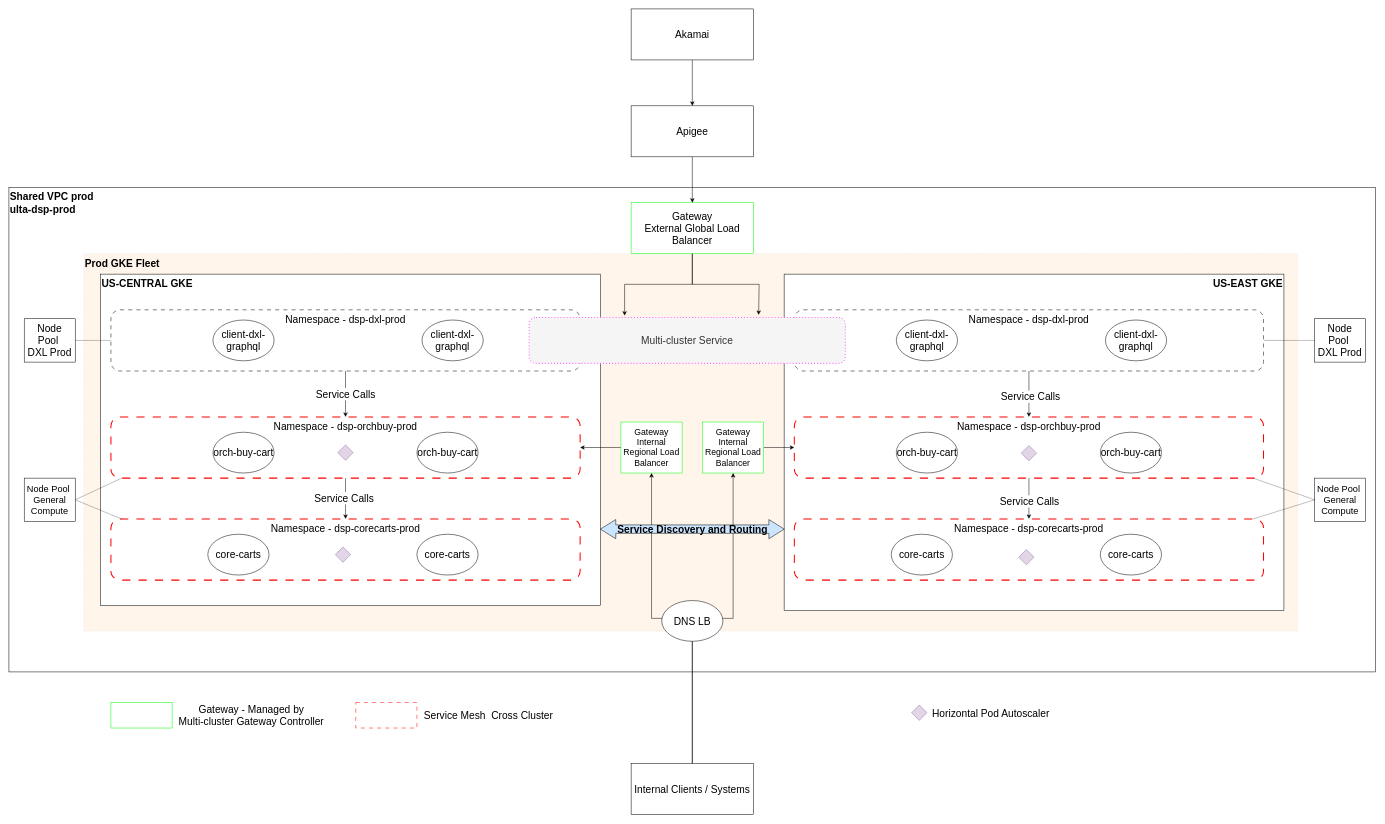
Earlier version of the draw.io diagram page "multi-region" (1 of 4) of images/dstof.drawio (bpayt2/temp). Source tidied: cells renumbered, new cells numbered last; positions are measured from the earlier drawing's top-left corner, leaving out a move shared by most shapes. Both pictures are drawn from the tidied source at 51%, with x=0, y=0 at pixel (9, 9).
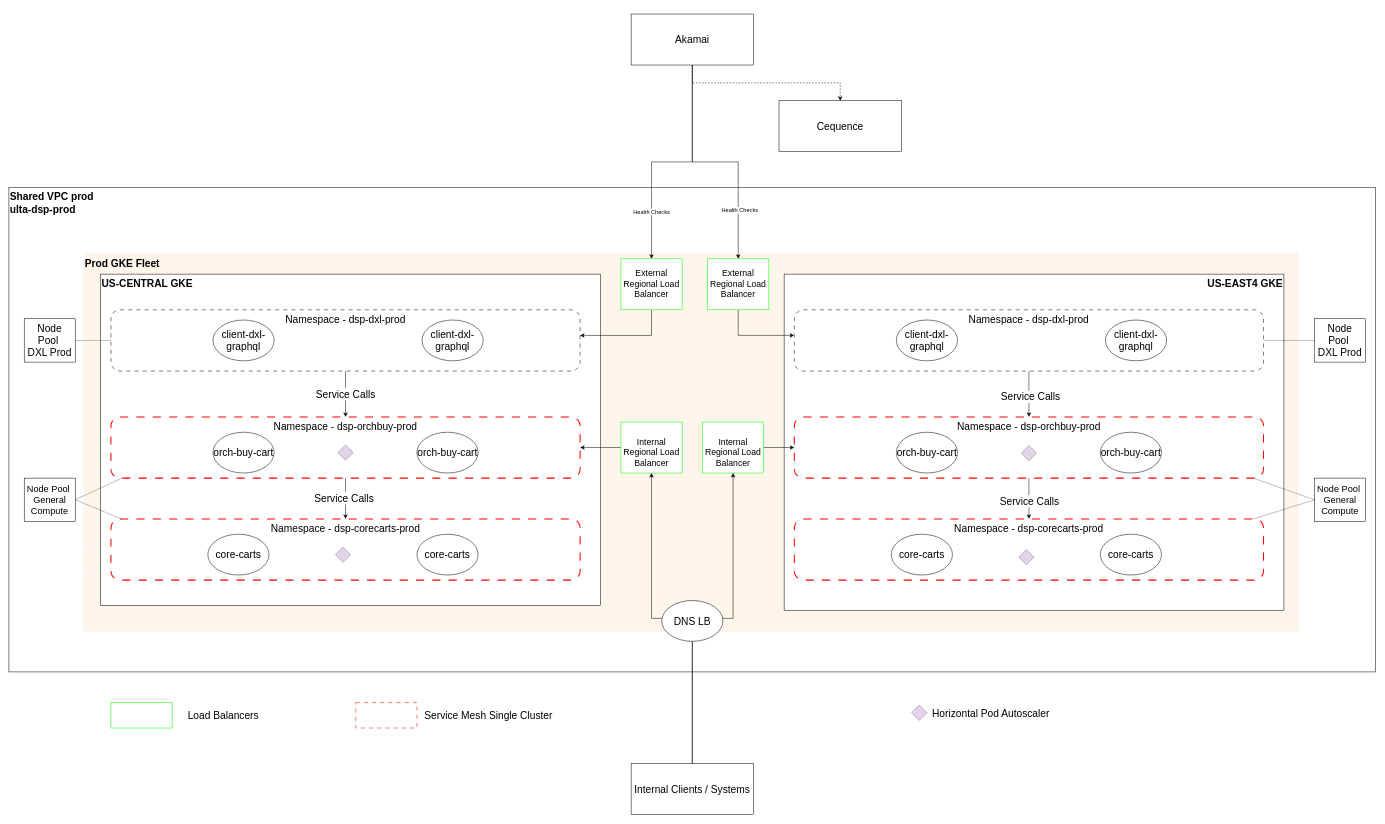
The same diagram, later.

Unchanged cells that the change refers to:
```xml
<mxCell id="4" value="&lt;b style=&quot;font-size: 20px;&quot;&gt;US-CENTRAL GKE&lt;/b&gt;" style="rounded=0;whiteSpace=wrap;html=1;verticalAlign=top;align=left;fontSize=20;" parent="1" vertex="1">
  <mxGeometry x="180" y="520" width="980" height="650" as="geometry" />
</mxCell>
```

Change to the diagram source:
```diff
@@
-    <mxCell id="18" value="&lt;b style=&quot;font-size: 20px;&quot;&gt;US-EAST GKE&lt;/b&gt;" style="rounded=0;whiteSpace=wrap;html=1;verticalAlign=top;align=right;fontSize=20;" parent="1" vertex="1">
+    <mxCell id="18" value="&lt;b style=&quot;font-size: 20px;&quot;&gt;US-EAST4 GKE&lt;/b&gt;" style="rounded=0;whiteSpace=wrap;html=1;verticalAlign=top;align=right;fontSize=20;" parent="1" vertex="1">
       <mxGeometry x="1520" y="520" width="980" height="660" as="geometry" />
     </mxCell>
@@
-    <mxCell id="32" value="Gateway&lt;br style=&quot;font-size: 20px;&quot;&gt;External Global Load Balancer" style="rounded=0;whiteSpace=wrap;html=1;strokeColor=#00FF00;fontSize=20;" parent="1" vertex="1">
-      <mxGeometry x="1220" y="380" width="240" height="100" as="geometry" />
-    </mxCell>
@@
-    <mxCell id="34" value="Gateway&lt;br style=&quot;font-size: 17px;&quot;&gt;Internal Regional Load Balancer" style="rounded=0;whiteSpace=wrap;html=1;strokeColor=#00FF00;fontSize=17;" parent="1" vertex="1">
+    <mxCell id="34" value="&lt;br style=&quot;font-size: 17px;&quot;&gt;Internal Regional Load Balancer" style="rounded=0;whiteSpace=wrap;html=1;strokeColor=#00FF00;fontSize=17;verticalAlign=middle;" parent="1" vertex="1">
       <mxGeometry x="1200" y="810" width="120" height="100" as="geometry" />
     </mxCell>
@@
-    <mxCell id="36" value="Gateway&lt;br style=&quot;font-size: 17px;&quot;&gt;Internal Regional Load Balancer" style="rounded=0;whiteSpace=wrap;html=1;strokeColor=#00FF00;fontSize=17;" parent="1" vertex="1">
+    <mxCell id="36" value="&lt;br style=&quot;font-size: 17px;&quot;&gt;Internal Regional Load Balancer" style="rounded=0;whiteSpace=wrap;html=1;strokeColor=#00FF00;fontSize=17;verticalAlign=middle;" parent="1" vertex="1">
       <mxGeometry x="1360" y="810" width="120" height="100" as="geometry" />
     </mxCell>
-    <mxCell id="37" style="edgeStyle=orthogonalEdgeStyle;rounded=0;jettySize=auto;html=1;exitX=0.5;exitY=1;exitDx=0;exitDy=0;entryX=0.5;entryY=0;entryDx=0;entryDy=0;fontSize=20;" parent="1" edge="1" source="38" target="32">
-      <mxGeometry relative="1" as="geometry" />
-    </mxCell>
-    <mxCell id="38" value="Apigee" style="rounded=0;whiteSpace=wrap;html=1;fontSize=20;" parent="1" vertex="1">
-      <mxGeometry x="1220" y="190" width="240" height="100" as="geometry" />
+    <mxCell id="38" value="Cequence" style="rounded=0;whiteSpace=wrap;html=1;fontSize=20;" parent="1" vertex="1">
+      <mxGeometry x="1510" y="180" width="240" height="100" as="geometry" />
     </mxCell>
-    <mxCell id="39" style="edgeStyle=orthogonalEdgeStyle;rounded=0;jettySize=auto;html=1;exitX=0.5;exitY=1;exitDx=0;exitDy=0;entryX=0.5;entryY=0;entryDx=0;entryDy=0;fontSize=20;" parent="1" edge="1" source="40" target="38">
+    <mxCell id="39" style="edgeStyle=orthogonalEdgeStyle;rounded=0;jettySize=auto;html=1;exitX=0.5;exitY=1;exitDx=0;exitDy=0;entryX=0.5;entryY=0;entryDx=0;entryDy=0;fontSize=20;dashed=1;" parent="1" edge="1" source="40" target="38">
       <mxGeometry relative="1" as="geometry" />
     </mxCell>
+    <mxCell id="70" style="edgeStyle=orthogonalEdgeStyle;rounded=0;jettySize=auto;html=1;exitX=0.5;exitY=1;exitDx=0;exitDy=0;entryX=0.5;entryY=0;entryDx=0;entryDy=0;" parent="1" edge="1" source="40" target="74">
+      <mxGeometry relative="1" as="geometry" />
+    </mxCell>
+    <mxCell id="71" value="Health Checks" style="edgeLabel;html=1;align=center;verticalAlign=middle;" parent="70" vertex="1">
+      <mxGeometry x="0.6" y="-1" relative="1" as="geometry">
+        <mxPoint y="-1" as="offset" />
+      </mxGeometry>
+    </mxCell>
+    <mxCell id="72" style="edgeStyle=orthogonalEdgeStyle;rounded=0;jettySize=auto;html=1;exitX=0.5;exitY=1;exitDx=0;exitDy=0;entryX=0.5;entryY=0;entryDx=0;entryDy=0;" parent="1" edge="1" source="40" target="75">
+      <mxGeometry relative="1" as="geometry" />
+    </mxCell>
+    <mxCell id="73" value="Health Checks" style="edgeLabel;html=1;align=center;verticalAlign=middle;" parent="72" vertex="1">
+      <mxGeometry x="0.59" y="2" relative="1" as="geometry" />
+    </mxCell>
     <mxCell id="40" value="Akamai" style="rounded=0;whiteSpace=wrap;html=1;fontSize=20;" parent="1" vertex="1">
-      <mxGeometry x="1220" width="240" height="100" as="geometry" />
+      <mxGeometry x="1220" y="10" width="240" height="100" as="geometry" />
     </mxCell>
-    <mxCell id="41" value="Multi-cluster Service" style="rounded=1;whiteSpace=wrap;html=1;fillColor=#f5f5f5;strokeColor=#FF66FF;dashed=1;dashPattern=1 2;fontColor=#333333;strokeWidth=2;fontSize=20;" parent="1" vertex="1">
-      <mxGeometry x="1020" y="605" width="620" height="90" as="geometry" />
-    </mxCell>
-    <mxCell id="42" style="edgeStyle=orthogonalEdgeStyle;rounded=0;jettySize=auto;html=1;exitX=0.5;exitY=1;exitDx=0;exitDy=0;entryX=0.302;entryY=-0.039;entryDx=0;entryDy=0;entryPerimeter=0;fontSize=20;" parent="1" edge="1" source="32" target="41">
-      <mxGeometry relative="1" as="geometry">
-        <Array as="points">
-          <mxPoint x="1340" y="540" />
-          <mxPoint x="1207" y="540" />
-        </Array>
-      </mxGeometry>
-    </mxCell>
-    <mxCell id="43" style="edgeStyle=orthogonalEdgeStyle;rounded=0;jettySize=auto;html=1;exitX=0.5;exitY=1;exitDx=0;exitDy=0;fontSize=20;" parent="1" edge="1" source="32">
-      <mxGeometry relative="1" as="geometry">
-        <mxPoint x="1470" y="600" as="targetPoint" />
-        <Array as="points">
-          <mxPoint x="1340" y="540" />
-          <mxPoint x="1471" y="540" />
-        </Array>
-      </mxGeometry>
-    </mxCell>
@@
-    <mxCell id="45" value="Gateway - Managed by &lt;br style=&quot;font-size: 20px;&quot;&gt;Multi-cluster Gateway Controller" style="text;html=1;align=center;verticalAlign=middle;strokeColor=none;fillColor=none;fontSize=20;" parent="1" vertex="1">
-      <mxGeometry x="320" y="1355" width="310" height="60" as="geometry" />
+    <mxCell id="45" value="Load Balancers" style="text;html=1;align=center;verticalAlign=middle;strokeColor=none;fillColor=none;fontSize=20;" parent="1" vertex="1">
+      <mxGeometry x="340" y="1365" width="160" height="40" as="geometry" />
     </mxCell>
@@
-    <mxCell id="51" value="Service Mesh&amp;nbsp; Cross Cluster" style="text;html=1;align=center;verticalAlign=middle;strokeColor=none;fillColor=none;fontSize=20;" parent="1" vertex="1">
-      <mxGeometry x="800" y="1365" width="280" height="40" as="geometry" />
+    <mxCell id="51" value="Service Mesh Single Cluster" style="text;html=1;align=center;verticalAlign=middle;strokeColor=none;fillColor=none;fontSize=20;" parent="1" vertex="1">
+      <mxGeometry x="805" y="1365" width="270" height="40" as="geometry" />
     </mxCell>
-    <mxCell id="52" style="shape=flexArrow;endArrow=classic;startArrow=classic;html=1;rounded=0;exitX=1.001;exitY=0.795;exitDx=0;exitDy=0;exitPerimeter=0;width=16.666666666666668;endSize=9.73;startSize=9.73;fillColor=#cce5ff;strokeColor=default;labelBackgroundColor=none;fontSize=20;" parent="1" edge="1">
-      <mxGeometry relative="1" as="geometry">
-        <mxPoint x="1159.2" y="1020" as="sourcePoint" />
-        <mxPoint x="1520.8" y="1020" as="targetPoint" />
-      </mxGeometry>
-    </mxCell>
-    <mxCell id="53" value="Service Discovery and Routing" style="edgeLabel;html=1;align=center;verticalAlign=middle;labelBackgroundColor=none;fontStyle=1;fontSize=20;" parent="52" vertex="1">
-      <mxGeometry x="0.07" y="-6" relative="1" as="geometry">
-        <mxPoint x="-13" y="-6" as="offset" />
-      </mxGeometry>
-    </mxCell>
@@
+    <mxCell id="74" value="External&lt;div&gt;Regional Load Balancer&lt;/div&gt;" style="rounded=0;whiteSpace=wrap;html=1;strokeColor=#00FF00;fontSize=17;" parent="1" vertex="1">
+      <mxGeometry x="1200" y="490" width="120" height="100" as="geometry" />
+    </mxCell>
+    <mxCell id="75" value="External Regional Load Balancer" style="rounded=0;whiteSpace=wrap;html=1;strokeColor=#00FF00;fontSize=17;" parent="1" vertex="1">
+      <mxGeometry x="1370" y="490" width="120" height="100" as="geometry" />
+    </mxCell>
+    <mxCell id="76" style="edgeStyle=orthogonalEdgeStyle;rounded=0;jettySize=auto;html=1;exitX=0.5;exitY=1;exitDx=0;exitDy=0;entryX=0.959;entryY=0.185;entryDx=0;entryDy=0;entryPerimeter=0;" parent="1" edge="1" source="74" target="4">
+      <mxGeometry relative="1" as="geometry" />
+    </mxCell>
+    <mxCell id="77" style="edgeStyle=orthogonalEdgeStyle;rounded=0;jettySize=auto;html=1;exitX=0.5;exitY=1;exitDx=0;exitDy=0;entryX=0.02;entryY=0.182;entryDx=0;entryDy=0;entryPerimeter=0;" parent="1" edge="1" source="75" target="18">
+      <mxGeometry relative="1" as="geometry" />
+    </mxCell>
```
